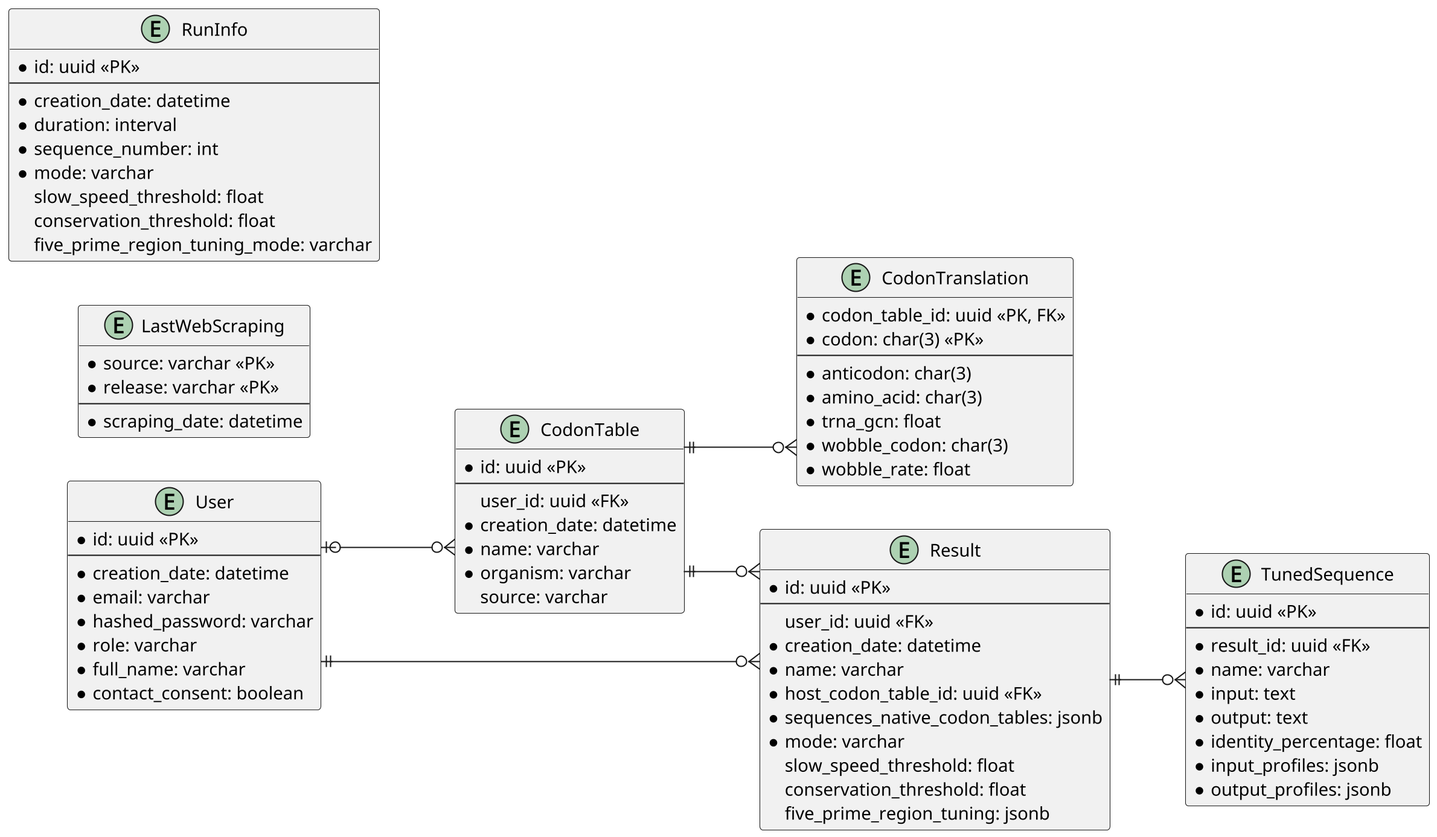
This is docs/db_schema.png from tbonnabaud/expressinhost_web, a PlantUML export, as it was before one commit.
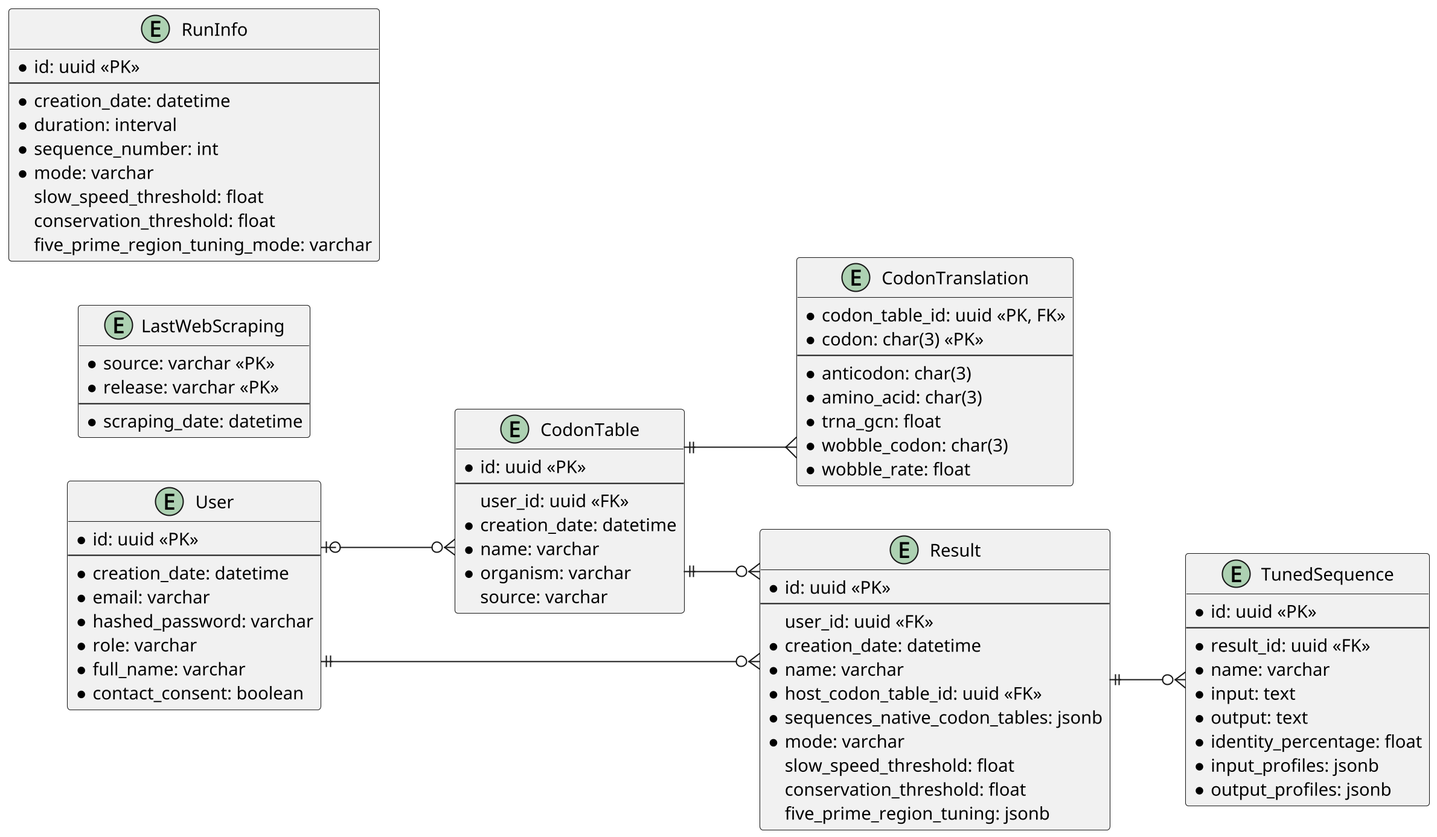
Above is the later version.

Change to the diagram source:
```diff
@@ -82,7 +82,7 @@
 }
 
 User |o--o{ CodonTable
-CodonTable ||--o{ CodonTranslation
+CodonTable ||--{ CodonTranslation
 User ||--o{ Result
 CodonTable ||--o{ Result
 Result ||--o{ TunedSequence
```
